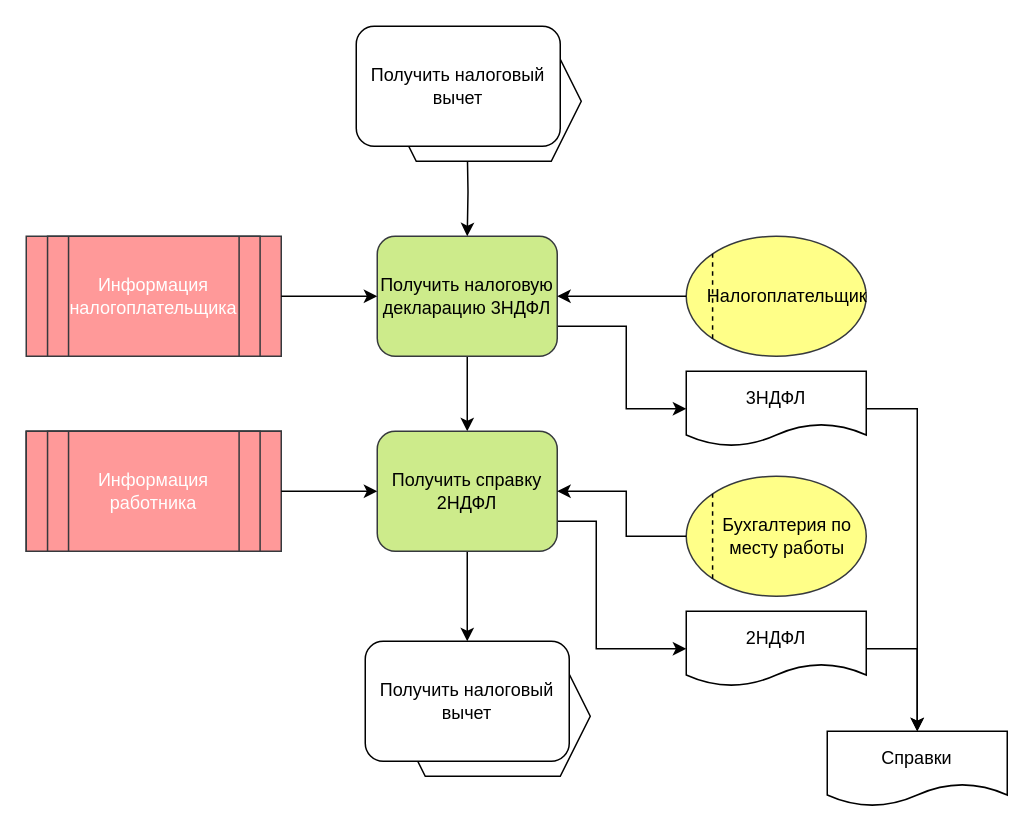
Above: page "Page-2" (2 of 3) of LR3.drawio in DMfananddu/ERP (draw.io), before the change. Source tidied: cells renumbered, new cells numbered last; positions are measured from the earlier drawing's top-left corner, leaving out a move shared by most shapes. Both pictures are drawn from the tidied source at 150%, with x=0, y=0 at pixel (26, 26).
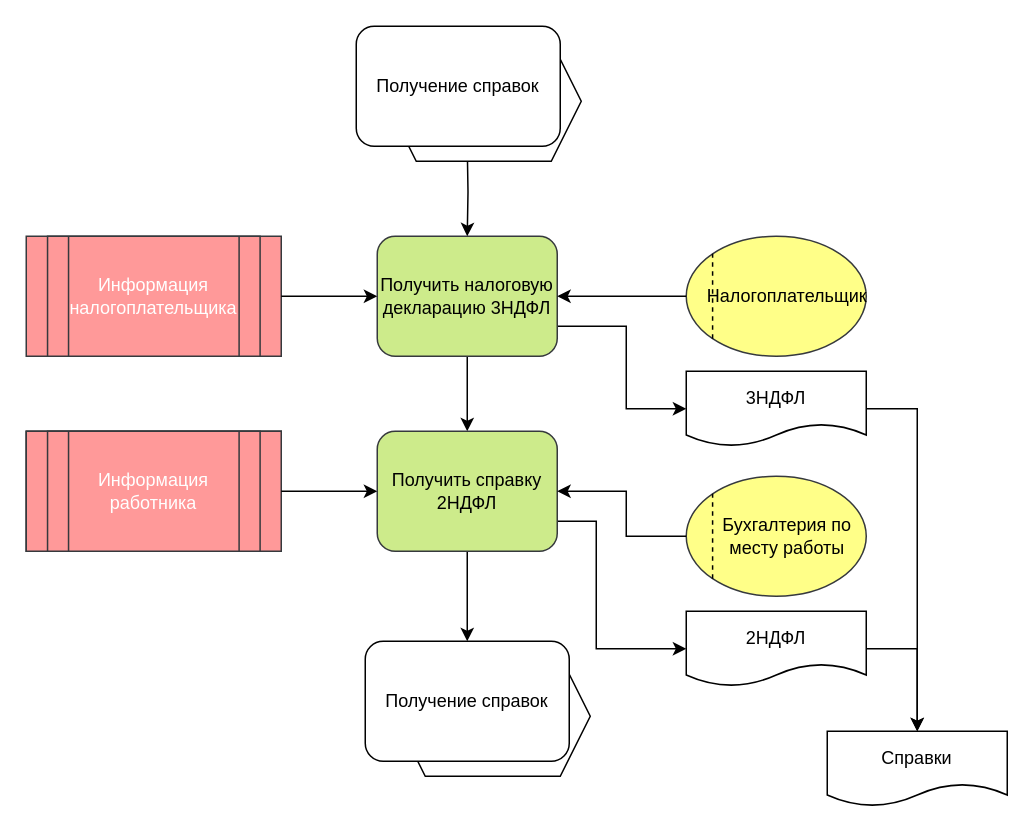
Above is the later version.

The edit, as a diff of the source:
```diff
@@
-    <mxCell id="31" value="&lt;span style=&quot;font-family: &amp;#34;calibri&amp;#34;&quot;&gt;Получить налоговый&lt;/span&gt;&lt;br style=&quot;font-family: &amp;#34;calibri&amp;#34;&quot;&gt;&lt;span style=&quot;font-family: &amp;#34;calibri&amp;#34;&quot;&gt;вычет&lt;/span&gt;" style="rounded=1;whiteSpace=wrap;html=1;" parent="1" vertex="1">
+    <mxCell id="31" value="&lt;font face=&quot;calibri&quot;&gt;Получение справок&lt;/font&gt;" style="rounded=1;whiteSpace=wrap;html=1;" parent="1" vertex="1">
       <mxGeometry x="220" width="136" height="80" as="geometry" />
     </mxCell>
@@
-    <mxCell id="33" value="&lt;span style=&quot;font-family: &amp;#34;calibri&amp;#34;&quot;&gt;Получить налоговый&lt;/span&gt;&lt;br style=&quot;font-family: &amp;#34;calibri&amp;#34;&quot;&gt;&lt;span style=&quot;font-family: &amp;#34;calibri&amp;#34;&quot;&gt;вычет&lt;/span&gt;" style="rounded=1;whiteSpace=wrap;html=1;" parent="1" vertex="1">
+    <mxCell id="33" value="&lt;font face=&quot;calibri&quot;&gt;Получение справок&lt;/font&gt;" style="rounded=1;whiteSpace=wrap;html=1;" parent="1" vertex="1">
       <mxGeometry x="226" y="410" width="136" height="80" as="geometry" />
     </mxCell>
```
